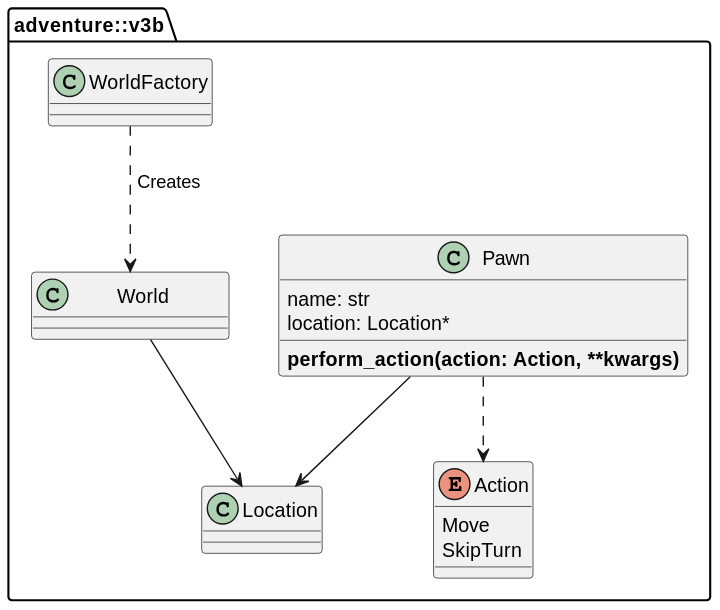
Above: Notebooks/Folien/Woche-2/img/adventure-v3b-overview.svg in nicolast911/python-clean-arch-de (PlantUML), before the change. Source of this version:
```plantuml
@startuml
namespace adventure::v3b {
    class Pawn {
        name: str
        location: Location*
        <b>perform_action(action: Action, **kwargs)</b>
    }

    enum Action {
        Move
        SkipTurn
    }

    class WorldFactory {
    }

    class "        World          " {
    }

    class Location {
    }

    "        World          " --> Location
    WorldFactory ..> "        World          ": " Creates"
    Pawn --> Location
    Pawn ..> Action
}
@enduml
```
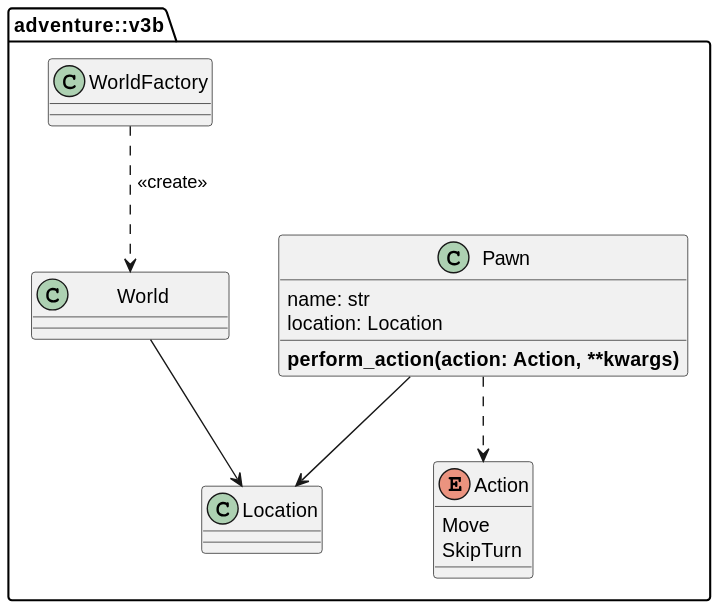
The same diagram one commit later.

Diff of the diagram source:
```diff
@@ -2,7 +2,7 @@
 namespace adventure::v3b {
     class Pawn {
         name: str
-        location: Location*
+        location: Location
         <b>perform_action(action: Action, **kwargs)</b>
     }
 
@@ -21,7 +21,7 @@
     }
 
     "        World          " --> Location
-    WorldFactory ..> "        World          ": " Creates"
+    WorldFactory ..> "        World          ": " <<create>> "
     Pawn --> Location
     Pawn ..> Action
 }
```
